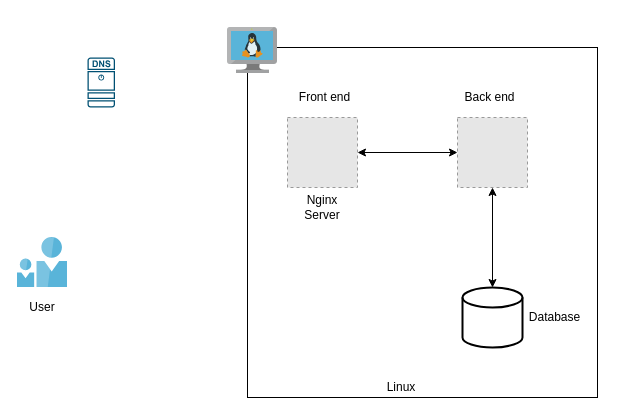
This is documents/notes/k8s/LEMP.drawio from 1111darshan/1111darsh, a draw.io file, before an edit. Source tidied: cells renumbered, new cells numbered last; positions are measured from the earlier drawing's top-left corner, leaving out a move shared by most shapes. Both pictures are drawn from the tidied source at 100%, with x=0, y=0 at pixel (17, 27). Pictures stored in the file or linked from it are replaced by grey dashed boxes.
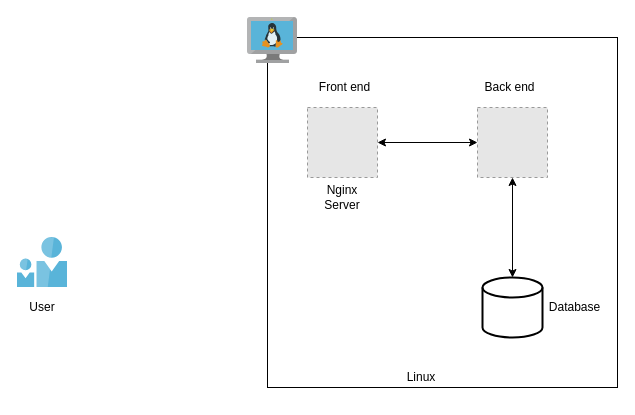
After the change.

What changed in the source:
```diff
@@
 <mxGraphModel>
   <root>
     <mxCell id="0" />
     <mxCell id="1" parent="0" />
     <mxCell id="2" style="group;" parent="1" vertex="1">
-      <mxGeometry x="210" width="370" height="370" as="geometry" />
+      <mxGeometry x="230" y="-10" width="370" height="370" as="geometry" />
     </mxCell>
     <mxCell id="3" style="whiteSpace=wrap;html=1;" parent="2" vertex="1">
       <mxGeometry x="20" y="20" width="350" height="350" as="geometry" />
     </mxCell>
     <mxCell id="4" style="html=1;align=center;image;fontSize=12;image=img/lib/mscae/VM_Linux.svg;" parent="2" vertex="1">
       <mxGeometry width="50" height="46" as="geometry" />
     </mxCell>
     <mxCell id="5" style="fillColor=#E6E6E6;strokeColor=#999999;dashed=1;html=1;verticalAlign=top;verticalLabelPosition=bottom;labelBackgroundColor=#ffffff;" parent="2" vertex="1">
       <mxGeometry x="60" y="90" width="70" height="70" as="geometry" />
     </mxCell>
     <mxCell id="6" style="fillColor=#E6E6E6;strokeColor=#999999;dashed=1;html=1;verticalAlign=top;verticalLabelPosition=bottom;labelBackgroundColor=#ffffff;" parent="2" vertex="1">
       <mxGeometry x="230" y="90" width="70" height="70" as="geometry" />
     </mxCell>
     <mxCell id="7" style="strokeWidth=2;html=1;shape=mxgraph.flowchart.database;whiteSpace=wrap;" parent="2" vertex="1">
       <mxGeometry x="235" y="260" width="60" height="60" as="geometry" />
     </mxCell>
     <mxCell id="8" style="endArrow=classic;startArrow=classic;html=1;exitX=0.5;exitY=0;exitDx=0;exitDy=0;exitPerimeter=0;entryX=0.5;entryY=1;entryDx=0;entryDy=0;" parent="2" edge="1" source="7" target="6">
       <mxGeometry relative="1" as="geometry" />
     </mxCell>
     <mxCell id="9" style="endArrow=classic;startArrow=classic;html=1;exitX=1;exitY=0.5;exitDx=0;exitDy=0;" parent="2" edge="1" source="5" target="6">
       <mxGeometry relative="1" as="geometry" />
     </mxCell>
     <mxCell id="10" value="Linux" style="text;html=1;strokeColor=none;fillColor=none;align=center;verticalAlign=middle;whiteSpace=wrap;rounded=0;" parent="2" vertex="1">
       <mxGeometry x="154" y="350" width="40" height="20" as="geometry" />
     </mxCell>
     <mxCell id="11" value="Nginx Server" style="text;html=1;strokeColor=none;fillColor=none;align=center;verticalAlign=middle;whiteSpace=wrap;rounded=0;" parent="2" vertex="1">
       <mxGeometry x="75" y="170" width="40" height="20" as="geometry" />
     </mxCell>
     <mxCell id="12" value="Front end" style="text;html=1;strokeColor=none;fillColor=none;align=center;verticalAlign=middle;whiteSpace=wrap;rounded=0;" parent="2" vertex="1">
       <mxGeometry x="65" y="60" width="65" height="20" as="geometry" />
     </mxCell>
     <mxCell id="13" value="Back end" style="text;html=1;strokeColor=none;fillColor=none;align=center;verticalAlign=middle;whiteSpace=wrap;rounded=0;" parent="2" vertex="1">
       <mxGeometry x="230" y="60" width="65" height="20" as="geometry" />
     </mxCell>
     <mxCell id="14" value="Database" style="text;html=1;strokeColor=none;fillColor=none;align=center;verticalAlign=middle;whiteSpace=wrap;rounded=0;" parent="2" vertex="1">
       <mxGeometry x="295" y="280" width="65" height="20" as="geometry" />
     </mxCell>
     <mxCell id="15" style="html=1;align=center;image;fontSize=12;image=img/lib/mscae/Two_User_Icon.svg;" parent="1" vertex="1">
       <mxGeometry y="210" width="50" height="50" as="geometry" />
     </mxCell>
     <mxCell id="16" value="User" style="text;html=1;strokeColor=none;fillColor=none;align=center;verticalAlign=middle;whiteSpace=wrap;rounded=0;" parent="1" vertex="1">
       <mxGeometry x="5" y="270" width="40" height="20" as="geometry" />
     </mxCell>
-    <mxCell id="17" style="verticalLabelPosition=bottom;html=1;verticalAlign=top;align=center;shape=mxgraph.cisco19.dns_server;fillColor=#005073;strokeColor=none;" parent="1" vertex="1">
-      <mxGeometry x="70" y="30" width="27.5" height="50" as="geometry" />
-    </mxCell>
   </root>
 </mxGraphModel>
```
